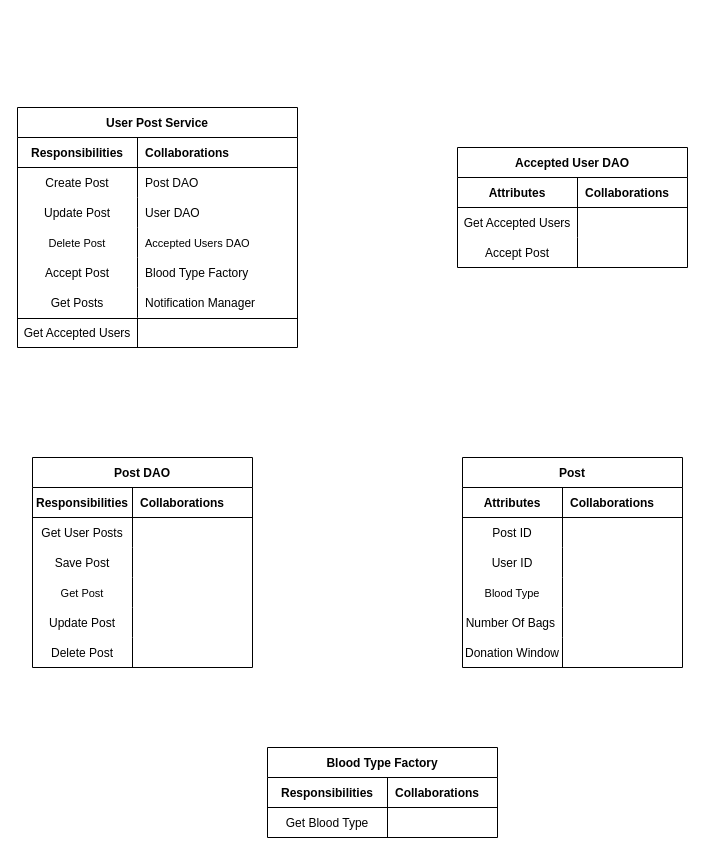
This is page "CRC" (4 of 4) of userRequests.drawio from muhmagdy/Bloodify, a draw.io file, before an edit. Source tidied: cells renumbered, new cells numbered last; positions are measured from the earlier drawing's top-left corner, leaving out a move shared by most shapes. Both pictures are drawn from the tidied source at 100%, with x=0, y=0 at pixel (17, 107).
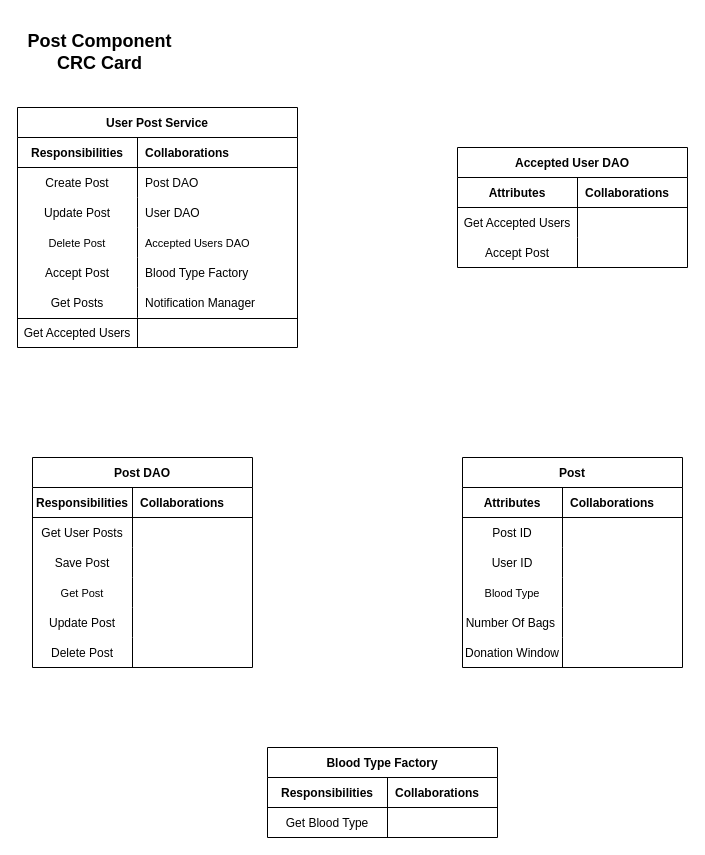
The same diagram, later.

What changed in the source:
```diff
@@
+    <mxCell id="80" value="Post Component &lt;br style=&quot;font-size: 18px;&quot;&gt;CRC Card" style="text;html=1;strokeColor=none;fillColor=none;align=center;verticalAlign=middle;whiteSpace=wrap;rounded=0;fontStyle=1;fontSize=18;" parent="1" vertex="1">
+      <mxGeometry y="-90" width="165" height="70" as="geometry" />
+    </mxCell>
```
